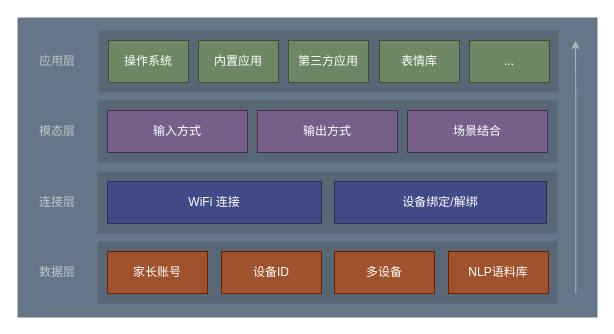
Above: page "设计内容分层" (2 of 5) of jiajia.drawio in yangbe/diagrams (draw.io), before the change. Source tidied: cells renumbered, new cells numbered last; positions are measured from the earlier drawing's top-left corner, leaving out a move shared by most shapes. Both pictures are drawn from the tidied source at 100%, with x=0, y=0 at pixel (17, 17).
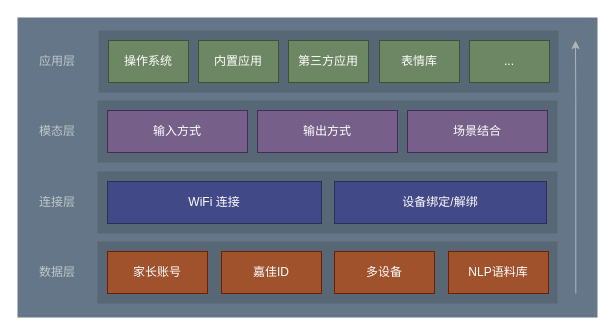
The same diagram, later.

Unchanged cells that the change refers to:
```xml
<mxCell id="16" style="group;" parent="2" vertex="1">
  <mxGeometry x="80" y="224" width="460" height="62" as="geometry" />
</mxCell>
```

Diff of the diagram source:
```diff
@@
-    <mxCell id="21" value="设备ID" style="rounded=0;whiteSpace=wrap;html=1;sketch=0;align=center;fillColor=#a0522d;fontColor=#ffffff;strokeColor=#6D1F00;" parent="16" vertex="1">
+    <mxCell id="21" value="嘉佳ID" style="rounded=0;whiteSpace=wrap;html=1;sketch=0;align=center;fillColor=#a0522d;fontColor=#ffffff;strokeColor=#6D1F00;" parent="16" vertex="1">
       <mxGeometry x="124" y="10" width="100" height="42" as="geometry" />
     </mxCell>
```
